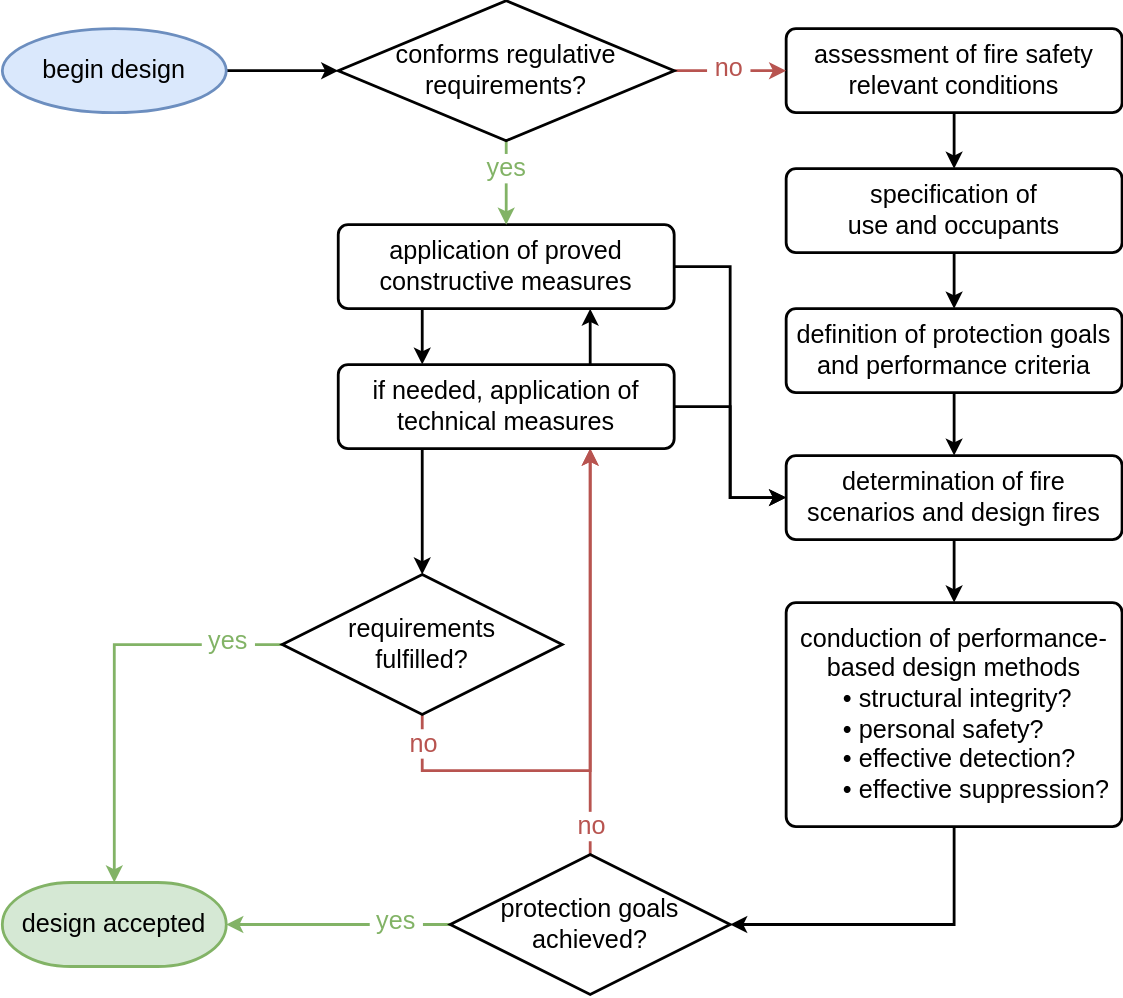
The draw.io diagram book/content/modelling/01_general/figs/performance_based_design.svg in FireDynamics/LectureFireSimulation, before a commit. Source tidied: cells renumbered, new cells last; positions are measured from the earlier drawing's top-left corner, leaving out a move shared by most shapes.
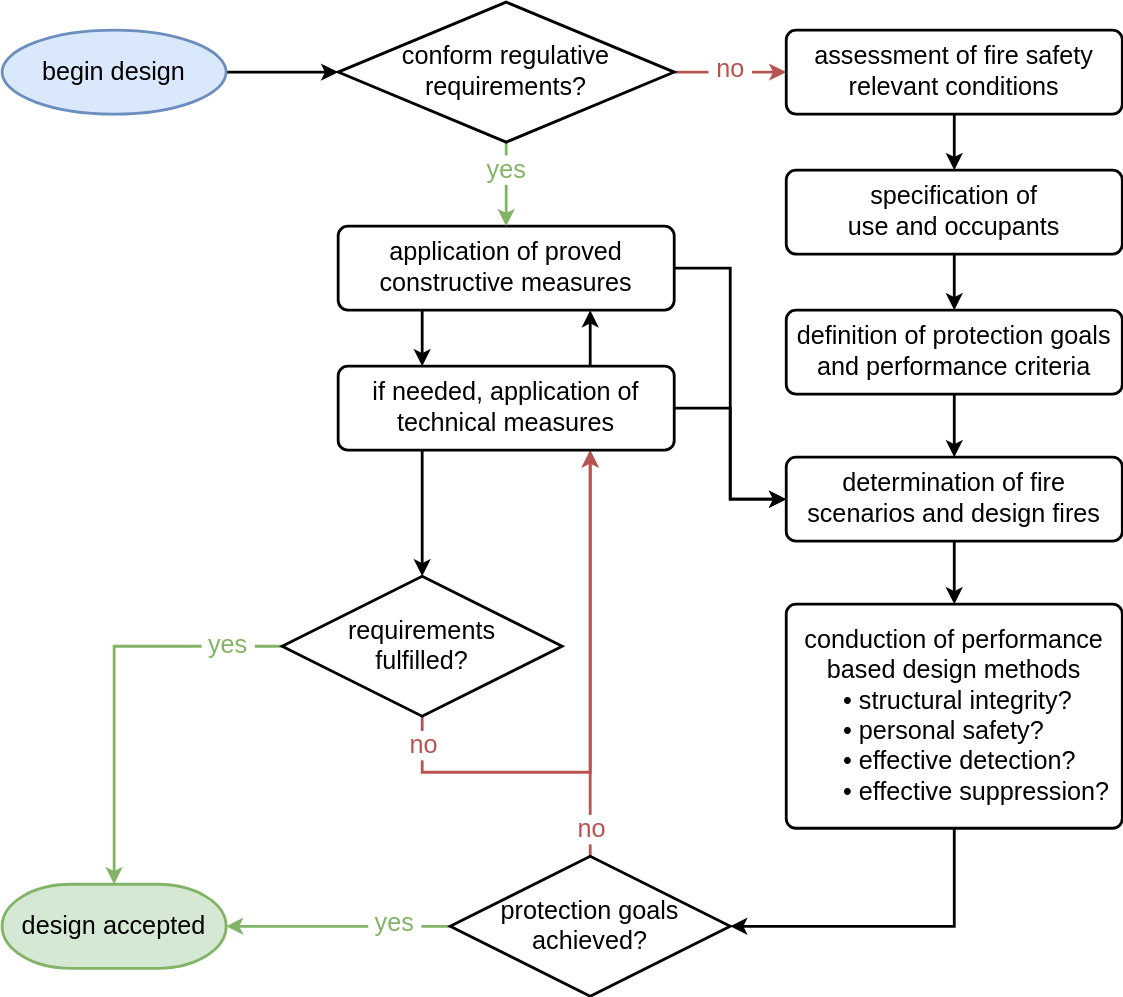
The same file after the commit.

Commit message:
typos and adjustment of figures

Diff of the diagram source:
```diff
@@ -35,7 +35,7 @@
     <mxCell id="12" style="edgeStyle=orthogonalEdgeStyle;rounded=0;jettySize=auto;html=1;strokeWidth=2;fontSize=18;entryX=1;entryY=0.5;entryDx=0;entryDy=0;entryPerimeter=0;exitX=0.5;exitY=1;exitDx=0;exitDy=0;" parent="1" edge="1" source="13" target="18">
       <mxGeometry relative="1" as="geometry" />
     </mxCell>
-    <mxCell id="13" value="&lt;div style=&quot;font-size: 18px&quot;&gt;&lt;span style=&quot;font-size: 18px&quot;&gt;conduction of performance-based design methods&lt;/span&gt;&lt;/div&gt;&lt;blockquote style=&quot;margin: 0px 0px 0px 40px ; border: none ; padding: 0px ; font-size: 18px&quot;&gt;&lt;div style=&quot;text-align: left ; font-size: 18px&quot;&gt;&lt;span style=&quot;font-size: 18px&quot;&gt;• structural integrity?&amp;nbsp;&lt;/span&gt;&lt;/div&gt;&lt;div style=&quot;text-align: left ; font-size: 18px&quot;&gt;&lt;span style=&quot;font-size: 18px&quot;&gt;• personal safety?&lt;/span&gt;&lt;/div&gt;&lt;div style=&quot;text-align: left ; font-size: 18px&quot;&gt;&lt;span style=&quot;font-size: 18px&quot;&gt;• effective detection?&amp;nbsp;&lt;/span&gt;&lt;/div&gt;&lt;div style=&quot;text-align: left ; font-size: 18px&quot;&gt;&lt;span style=&quot;font-size: 18px&quot;&gt;• effective suppression?&lt;/span&gt;&lt;/div&gt;&lt;/blockquote&gt;" style="rounded=1;whiteSpace=wrap;html=1;absoluteArcSize=1;arcSize=14;strokeWidth=2;fontSize=18;" parent="1" vertex="1">
+    <mxCell id="13" value="&lt;div style=&quot;font-size: 18px&quot;&gt;&lt;span style=&quot;font-size: 18px&quot;&gt;conduction of performance based design methods&lt;/span&gt;&lt;/div&gt;&lt;blockquote style=&quot;margin: 0px 0px 0px 40px ; border: none ; padding: 0px ; font-size: 18px&quot;&gt;&lt;div style=&quot;text-align: left ; font-size: 18px&quot;&gt;&lt;span style=&quot;font-size: 18px&quot;&gt;• structural integrity?&amp;nbsp;&lt;/span&gt;&lt;/div&gt;&lt;div style=&quot;text-align: left ; font-size: 18px&quot;&gt;&lt;span style=&quot;font-size: 18px&quot;&gt;• personal safety?&lt;/span&gt;&lt;/div&gt;&lt;div style=&quot;text-align: left ; font-size: 18px&quot;&gt;&lt;span style=&quot;font-size: 18px&quot;&gt;• effective detection?&amp;nbsp;&lt;/span&gt;&lt;/div&gt;&lt;div style=&quot;text-align: left ; font-size: 18px&quot;&gt;&lt;span style=&quot;font-size: 18px&quot;&gt;• effective suppression?&lt;/span&gt;&lt;/div&gt;&lt;/blockquote&gt;" style="rounded=1;whiteSpace=wrap;html=1;absoluteArcSize=1;arcSize=14;strokeWidth=2;fontSize=18;" parent="1" vertex="1">
       <mxGeometry x="560" y="430" width="240" height="160" as="geometry" />
     </mxCell>
     <mxCell id="14" style="edgeStyle=orthogonalEdgeStyle;rounded=0;jettySize=auto;html=1;entryX=0.75;entryY=1;entryDx=0;entryDy=0;strokeWidth=2;fontSize=18;fillColor=#f8cecc;strokeColor=#b85450;exitX=0.5;exitY=0;exitDx=0;exitDy=0;exitPerimeter=0;" parent="1" edge="1" source="18" target="31">
@@ -130,7 +130,7 @@
     <mxCell id="34" value="yes" style="edgeStyle=orthogonalEdgeStyle;rounded=0;jettySize=auto;html=1;strokeWidth=2;fontSize=18;fillColor=#d5e8d4;strokeColor=#82b366;fontColor=#82B366;" parent="1" edge="1" source="35" target="27">
       <mxGeometry x="-0.33" relative="1" as="geometry" />
     </mxCell>
-    <mxCell id="35" value="&lt;span style=&quot;font-size: 18px&quot;&gt;conforms regulative &lt;br&gt;requirements?&lt;/span&gt;" style="strokeWidth=2;html=1;shape=mxgraph.flowchart.decision;whiteSpace=wrap;" parent="1" vertex="1">
+    <mxCell id="35" value="&lt;span style=&quot;font-size: 18px&quot;&gt;conform regulative &lt;br&gt;requirements?&lt;/span&gt;" style="strokeWidth=2;html=1;shape=mxgraph.flowchart.decision;whiteSpace=wrap;" parent="1" vertex="1">
       <mxGeometry x="240" width="240" height="100" as="geometry" />
     </mxCell>
   </root>
```
